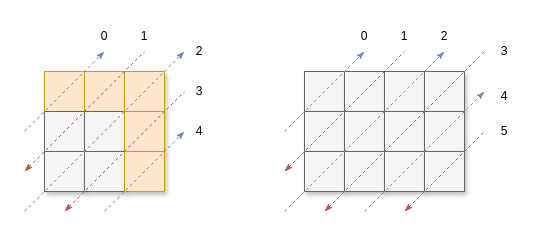
Before: draw.io/对角线遍历.drawio in goldknife6/algorithm, a draw.io diagram. Source tidied: cells renumbered, new cells numbered last; positions are measured from the earlier drawing's top-left corner, leaving out a move shared by most shapes. Both pictures are drawn from the tidied source at 100%, with x=0, y=0 at pixel (24, 21).
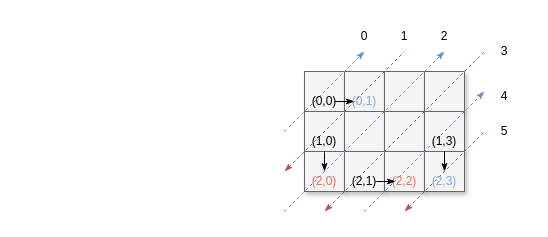
The same page after the edit.

Commit message (it also covers changes not shown here):
更新对角线遍历.drawio

The edit, as a diff of the source:
```diff
@@
-    <mxCell id="2" style="rounded=0;whiteSpace=wrap;html=1;fillColor=#ffe6cc;strokeColor=#d79b00;shadow=1;" parent="1" vertex="1">
-      <mxGeometry x="20" y="50" width="40" height="40" as="geometry" />
-    </mxCell>
-    <mxCell id="3" style="rounded=0;whiteSpace=wrap;html=1;fillColor=#ffe6cc;strokeColor=#d79b00;shadow=1;" parent="1" vertex="1">
-      <mxGeometry x="60" y="50" width="40" height="40" as="geometry" />
-    </mxCell>
-    <mxCell id="4" style="rounded=0;whiteSpace=wrap;html=1;fillColor=#ffe6cc;strokeColor=#d79b00;shadow=1;" parent="1" vertex="1">
-      <mxGeometry x="100" y="50" width="40" height="40" as="geometry" />
-    </mxCell>
-    <mxCell id="5" style="rounded=0;whiteSpace=wrap;html=1;fillColor=#f5f5f5;fontColor=#333333;strokeColor=#666666;shadow=1;" parent="1" vertex="1">
-      <mxGeometry x="20" y="90" width="40" height="40" as="geometry" />
-    </mxCell>
-    <mxCell id="6" style="rounded=0;whiteSpace=wrap;html=1;fillColor=#f5f5f5;fontColor=#333333;strokeColor=#666666;shadow=1;" parent="1" vertex="1">
-      <mxGeometry x="60" y="90" width="40" height="40" as="geometry" />
-    </mxCell>
-    <mxCell id="7" style="rounded=0;whiteSpace=wrap;html=1;fillColor=#ffe6cc;strokeColor=#d79b00;shadow=1;" parent="1" vertex="1">
-      <mxGeometry x="100" y="90" width="40" height="40" as="geometry" />
-    </mxCell>
-    <mxCell id="8" style="rounded=0;whiteSpace=wrap;html=1;fillColor=#f5f5f5;fontColor=#333333;strokeColor=#666666;shadow=1;" parent="1" vertex="1">
-      <mxGeometry x="20" y="130" width="40" height="40" as="geometry" />
-    </mxCell>
-    <mxCell id="9" style="rounded=0;whiteSpace=wrap;html=1;fillColor=#f5f5f5;fontColor=#333333;strokeColor=#666666;shadow=1;" parent="1" vertex="1">
-      <mxGeometry x="60" y="130" width="40" height="40" as="geometry" />
-    </mxCell>
-    <mxCell id="10" style="rounded=0;whiteSpace=wrap;html=1;fillColor=#ffe6cc;strokeColor=#d79b00;shadow=1;" parent="1" vertex="1">
-      <mxGeometry x="100" y="130" width="40" height="40" as="geometry" />
-    </mxCell>
@@
-    <mxCell id="23" style="endArrow=classicThin;dashed=1;html=1;rounded=0;endFill=1;fillColor=#dae8fc;strokeColor=#6c8ebf;" parent="1" edge="1">
-      <mxGeometry relative="1" as="geometry">
-        <mxPoint y="110" as="sourcePoint" />
-        <mxPoint x="80" y="30" as="targetPoint" />
-      </mxGeometry>
-    </mxCell>
-    <mxCell id="24" style="endArrow=none;dashed=1;html=1;rounded=0;startArrow=classicThin;startFill=1;fillColor=#f8cecc;strokeColor=#b85450;" parent="1" edge="1">
-      <mxGeometry relative="1" as="geometry">
-        <mxPoint y="150" as="sourcePoint" />
-        <mxPoint x="120" y="30" as="targetPoint" />
-      </mxGeometry>
-    </mxCell>
-    <mxCell id="25" style="endArrow=classicThin;dashed=1;html=1;rounded=0;endFill=1;fillColor=#dae8fc;strokeColor=#6c8ebf;" parent="1" edge="1">
-      <mxGeometry relative="1" as="geometry">
-        <mxPoint y="190" as="sourcePoint" />
-        <mxPoint x="160" y="30" as="targetPoint" />
-      </mxGeometry>
-    </mxCell>
-    <mxCell id="26" style="endArrow=none;dashed=1;html=1;rounded=0;endFill=0;startArrow=classicThin;startFill=1;fillColor=#f8cecc;strokeColor=#b85450;" parent="1" edge="1">
-      <mxGeometry relative="1" as="geometry">
-        <mxPoint x="40" y="190" as="sourcePoint" />
-        <mxPoint x="160" y="70" as="targetPoint" />
-      </mxGeometry>
-    </mxCell>
-    <mxCell id="27" style="endArrow=classicThin;dashed=1;html=1;rounded=0;endFill=1;fillColor=#dae8fc;strokeColor=#6c8ebf;" parent="1" edge="1">
-      <mxGeometry relative="1" as="geometry">
-        <mxPoint x="80" y="190" as="sourcePoint" />
-        <mxPoint x="160" y="110" as="targetPoint" />
-      </mxGeometry>
-    </mxCell>
@@
-    <mxCell id="33" style="endArrow=none;dashed=1;html=1;rounded=0;startArrow=classicThin;startFill=1;fillColor=#f8cecc;strokeColor=#b85450;" parent="1" edge="1">
+    <mxCell id="33" style="endArrow=none;dashed=1;html=1;rounded=0;startArrow=classicThin;startFill=1;fillColor=#f8cecc;strokeColor=#b85450;gradientColor=#ea6b66;" parent="1" edge="1">
       <mxGeometry relative="1" as="geometry">
         <mxPoint x="380" y="190" as="sourcePoint" />
         <mxPoint x="460" y="110" as="targetPoint" />
       </mxGeometry>
     </mxCell>
-    <mxCell id="34" value="0" style="text;html=1;strokeColor=none;fillColor=none;align=center;verticalAlign=middle;whiteSpace=wrap;rounded=0;shadow=1;opacity=0;" parent="1" vertex="1">
-      <mxGeometry x="60" width="40" height="30" as="geometry" />
-    </mxCell>
-    <mxCell id="35" value="1" style="text;html=1;strokeColor=none;fillColor=none;align=center;verticalAlign=middle;whiteSpace=wrap;rounded=0;shadow=1;opacity=0;" parent="1" vertex="1">
-      <mxGeometry x="100" width="40" height="30" as="geometry" />
-    </mxCell>
-    <mxCell id="36" value="2" style="text;html=1;strokeColor=none;fillColor=none;align=center;verticalAlign=middle;whiteSpace=wrap;rounded=0;shadow=1;opacity=0;" parent="1" vertex="1">
-      <mxGeometry x="160" y="10" width="30" height="40" as="geometry" />
-    </mxCell>
-    <mxCell id="37" value="3" style="text;html=1;strokeColor=none;fillColor=none;align=center;verticalAlign=middle;whiteSpace=wrap;rounded=0;shadow=1;opacity=0;" parent="1" vertex="1">
-      <mxGeometry x="160" y="50" width="30" height="40" as="geometry" />
-    </mxCell>
-    <mxCell id="38" value="4" style="text;html=1;strokeColor=none;fillColor=none;align=center;verticalAlign=middle;whiteSpace=wrap;rounded=0;shadow=1;opacity=0;" parent="1" vertex="1">
-      <mxGeometry x="160" y="90" width="30" height="40" as="geometry" />
-    </mxCell>
@@
+    <mxCell id="45" style="edgeStyle=orthogonalEdgeStyle;curved=1;rounded=0;jettySize=auto;html=1;exitX=1;exitY=0.5;exitDx=0;exitDy=0;entryX=0;entryY=0.5;entryDx=0;entryDy=0;fontColor=#000000;startArrow=none;startFill=0;endArrow=classicThin;endFill=1;elbow=vertical;" parent="1" edge="1" source="46" target="47">
+      <mxGeometry relative="1" as="geometry" />
+    </mxCell>
+    <mxCell id="46" value="(0,0)" style="text;html=1;strokeColor=#6c8ebf;fillColor=#dae8fc;align=center;verticalAlign=middle;whiteSpace=wrap;rounded=0;shadow=1;opacity=0;" parent="1" vertex="1">
+      <mxGeometry x="290" y="70" width="20" height="20" as="geometry" />
+    </mxCell>
+    <mxCell id="47" value="&lt;font color=&quot;#7ea6e0&quot;&gt;(0,1)&lt;/font&gt;" style="text;html=1;strokeColor=none;fillColor=none;align=center;verticalAlign=middle;whiteSpace=wrap;rounded=0;shadow=1;opacity=0;" parent="1" vertex="1">
+      <mxGeometry x="330" y="70" width="20" height="20" as="geometry" />
+    </mxCell>
+    <mxCell id="48" style="edgeStyle=orthogonalEdgeStyle;curved=1;rounded=0;jettySize=auto;html=1;exitX=0.5;exitY=1;exitDx=0;exitDy=0;fontColor=#000000;startArrow=none;startFill=0;endArrow=classicThin;endFill=1;elbow=vertical;" parent="1" edge="1" source="49" target="50">
+      <mxGeometry relative="1" as="geometry" />
+    </mxCell>
+    <mxCell id="49" value="(1,3)" style="text;html=1;strokeColor=none;fillColor=none;align=center;verticalAlign=middle;whiteSpace=wrap;rounded=0;shadow=1;opacity=0;" parent="1" vertex="1">
+      <mxGeometry x="400" y="110" width="40" height="20" as="geometry" />
+    </mxCell>
+    <mxCell id="50" value="&lt;font color=&quot;#7ea6e0&quot;&gt;(2,3)&lt;/font&gt;" style="text;html=1;strokeColor=none;fillColor=none;align=center;verticalAlign=middle;whiteSpace=wrap;rounded=0;shadow=1;opacity=0;" parent="1" vertex="1">
+      <mxGeometry x="400" y="150" width="40" height="20" as="geometry" />
+    </mxCell>
+    <mxCell id="51" style="edgeStyle=orthogonalEdgeStyle;curved=1;rounded=0;jettySize=auto;html=1;exitX=0.5;exitY=1;exitDx=0;exitDy=0;entryX=0.5;entryY=0;entryDx=0;entryDy=0;fontColor=#EA6B66;startArrow=none;startFill=0;endArrow=classicThin;endFill=1;elbow=vertical;" parent="1" edge="1" source="52" target="53">
+      <mxGeometry relative="1" as="geometry" />
+    </mxCell>
+    <mxCell id="52" value="(1,0)" style="text;html=1;strokeColor=#6c8ebf;fillColor=#dae8fc;align=center;verticalAlign=middle;whiteSpace=wrap;rounded=0;shadow=1;opacity=0;" parent="1" vertex="1">
+      <mxGeometry x="290" y="110" width="20" height="20" as="geometry" />
+    </mxCell>
+    <mxCell id="53" value="&lt;font color=&quot;#ea6b66&quot;&gt;(2,0)&lt;/font&gt;" style="text;html=1;strokeColor=#EA6B66;fillColor=#dae8fc;align=center;verticalAlign=middle;whiteSpace=wrap;rounded=0;shadow=1;opacity=0;" parent="1" vertex="1">
+      <mxGeometry x="290" y="150" width="20" height="20" as="geometry" />
+    </mxCell>
+    <mxCell id="54" value="&lt;font color=&quot;#ea6b66&quot;&gt;(2,2)&lt;/font&gt;" style="text;html=1;strokeColor=#EA6B66;fillColor=#dae8fc;align=center;verticalAlign=middle;whiteSpace=wrap;rounded=0;shadow=1;opacity=0;" parent="1" vertex="1">
+      <mxGeometry x="370" y="150" width="20" height="20" as="geometry" />
+    </mxCell>
+    <mxCell id="55" style="edgeStyle=orthogonalEdgeStyle;curved=1;rounded=0;orthogonalLoop=1;jettySize=auto;html=1;exitX=1;exitY=0.5;exitDx=0;exitDy=0;fontColor=#EA6B66;startArrow=none;startFill=0;endArrow=classicThin;endFill=1;elbow=vertical;" parent="1" edge="1">
+      <mxGeometry relative="1" as="geometry">
+        <mxPoint x="351" y="160" as="sourcePoint" />
+        <mxPoint x="371" y="160" as="targetPoint" />
+      </mxGeometry>
+    </mxCell>
+    <mxCell id="56" value="(2,1)" style="text;html=1;strokeColor=#6c8ebf;fillColor=#dae8fc;align=center;verticalAlign=middle;whiteSpace=wrap;rounded=0;shadow=1;opacity=0;" parent="1" vertex="1">
+      <mxGeometry x="330" y="150" width="20" height="20" as="geometry" />
+    </mxCell>
```
